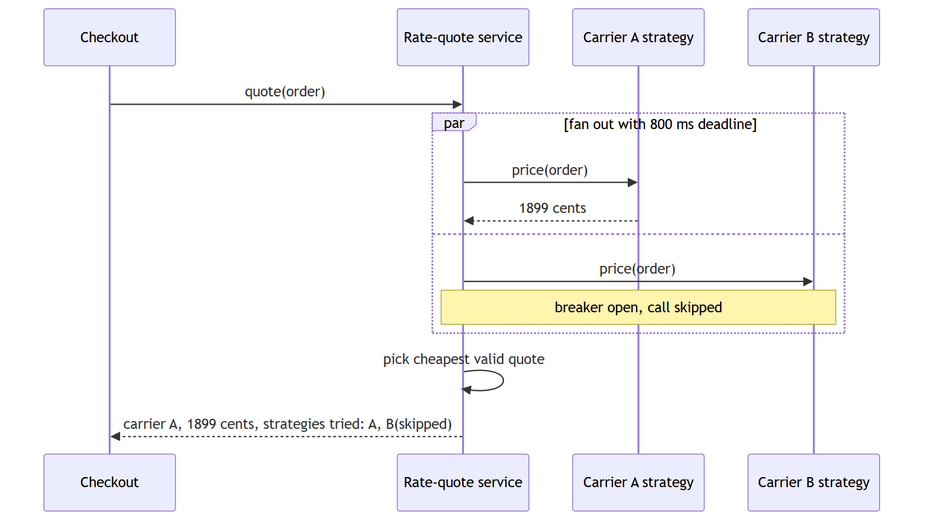
Earlier version of the Mermaid export docs/diagrams/arch-quote-service.png (enok/design-pattern-strategy). Its source is kept beside it as docs/diagrams/arch-quote-service.mmd. Source of this version:
```mermaid
sequenceDiagram
    participant C as Checkout
    participant Q as Rate-quote service
    participant A as Carrier A strategy
    participant B as Carrier B strategy
    C->>Q: quote(order)
    par fan out with 800 ms deadline
        Q->>A: price(order)
        A-->>Q: 1899 cents
    and
        Q->>B: price(order)
        Note over Q,B: breaker open, call skipped
    end
    Q->>Q: pick cheapest valid quote
    Q-->>C: carrier A, 1899 cents, strategies tried: A, B(skipped)
```
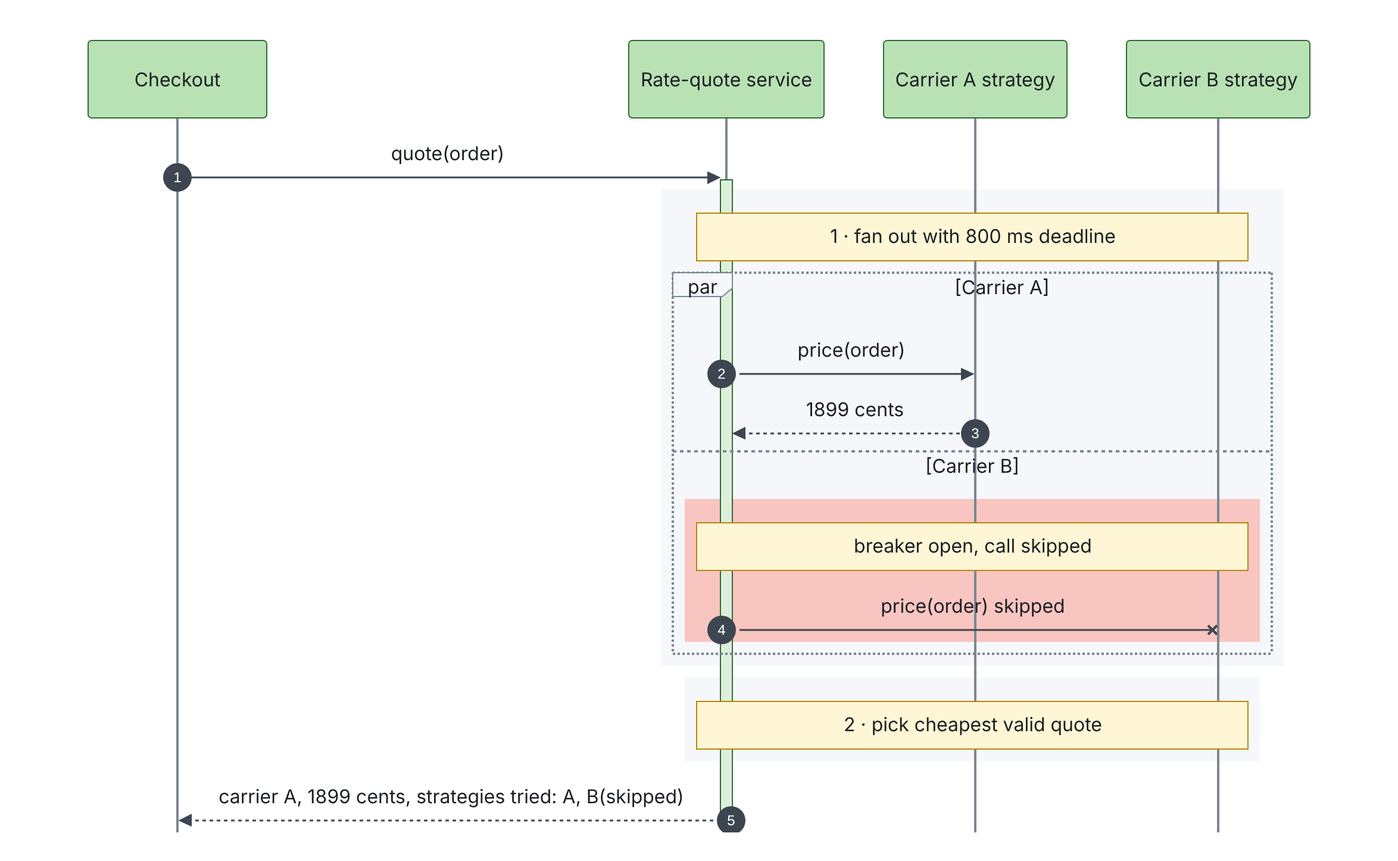
Above is the later version.

Change to the diagram source:
```diff
@@ -1,15 +1,24 @@
+%%{init: {"theme": "base", "themeVariables": {"fontFamily": "Arial, Helvetica, sans-serif", "fontSize": "20px", "background": "#FFFFFF", "primaryColor": "#FFFFFF", "primaryBorderColor": "#1B1F23", "primaryTextColor": "#1B1F23", "secondaryColor": "#FDDCB5", "tertiaryColor": "#F5F7FA", "lineColor": "#3D4650", "textColor": "#1B1F23", "mainBkg": "#FFFFFF", "nodeBorder": "#1B1F23", "clusterBkg": "#F5F7FA", "clusterBorder": "#9AA5B1", "edgeLabelBackground": "#FFFFFF", "noteBkgColor": "#FFF6D6", "noteBorderColor": "#B8860B", "noteTextColor": "#1B1F23", "actorBkg": "#B8E2B4", "actorBorder": "#2F6B35", "actorTextColor": "#1B1F23", "actorLineColor": "#7A8794", "signalColor": "#3D4650", "signalTextColor": "#1B1F23", "labelBoxBkgColor": "#F5F7FA", "labelBoxBorderColor": "#7A8794", "labelTextColor": "#1B1F23", "loopTextColor": "#1B1F23", "activationBkgColor": "#DDEFDB", "activationBorderColor": "#2F6B35", "sequenceNumberColor": "#FFFFFF", "classText": "#1B1F23"}, "flowchart": {"curve": "linear", "nodeSpacing": 50, "rankSpacing": 60, "padding": 16, "htmlLabels": false}, "sequence": {"actorMargin": 50, "messageMargin": 38, "boxMargin": 10, "noteMargin": 10, "mirrorActors": false, "useMaxWidth": false}, "class": {"padding": 12, "htmlLabels": false}, "fontFamily": "Arial, Helvetica, sans-serif"}}%%
 sequenceDiagram
+    autonumber
     participant C as Checkout
     participant Q as Rate-quote service
     participant A as Carrier A strategy
     participant B as Carrier B strategy
-    C->>Q: quote(order)
-    par fan out with 800 ms deadline
-        Q->>A: price(order)
-        A-->>Q: 1899 cents
-    and
-        Q->>B: price(order)
-        Note over Q,B: breaker open, call skipped
+    C->>+Q: quote(order)
+    rect rgb(245,247,250)
+        Note over Q,B: 1 · fan out with 800 ms deadline
+        par Carrier A
+            Q->>A: price(order)
+            A-->>Q: 1899 cents
+        and Carrier B
+            rect rgb(249,197,192)
+                Note over Q,B: breaker open, call skipped
+                Q-xB: price(order) skipped
+            end
+        end
     end
-    Q->>Q: pick cheapest valid quote
-    Q-->>C: carrier A, 1899 cents, strategies tried: A, B(skipped)
+    rect rgb(245,247,250)
+        Note over Q,B: 2 · pick cheapest valid quote
+    end
+    Q-->>-C: carrier A, 1899 cents, strategies tried: A, B(skipped)
```
